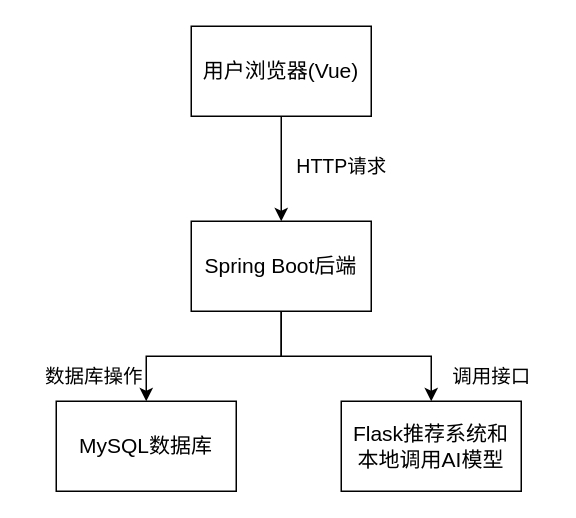
The draw.io diagram page "系统架构图" (16 of 18) of main.drawio in bzerozero7/test, before the edit. Source tidied: cells renumbered, new cells numbered last; positions are measured from the earlier drawing's top-left corner, leaving out a move shared by most shapes. Both pictures are drawn from the tidied source at 150%, with x=0, y=0 at pixel (26, 26).
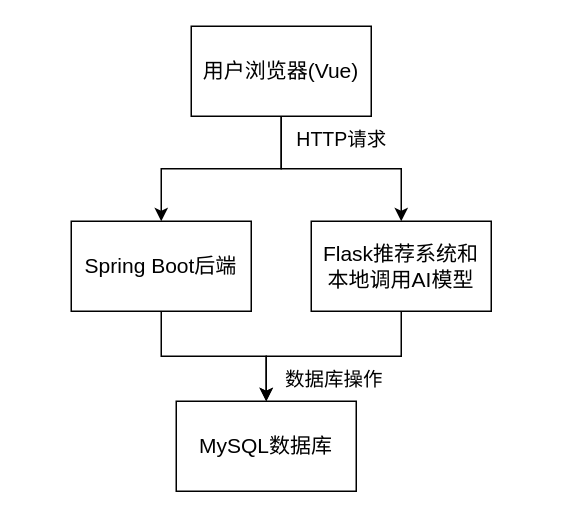
Above is the later version.

Change to the diagram source:
```diff
@@
 <mxGraphModel>
   <root>
     <mxCell id="0" />
     <mxCell id="1" parent="0" />
     <mxCell id="2" style="edgeStyle=orthogonalEdgeStyle;rounded=0;jettySize=auto;html=1;exitX=0.5;exitY=1;exitDx=0;exitDy=0;entryX=0.5;entryY=0;entryDx=0;entryDy=0;" parent="1" edge="1" source="3" target="6">
       <mxGeometry relative="1" as="geometry" />
     </mxCell>
     <mxCell id="3" value="&lt;font style=&quot;font-size: 14px;&quot;&gt;用户浏览器(Vue)&lt;/font&gt;" style="rounded=0;whiteSpace=wrap;html=1;" parent="1" vertex="1">
       <mxGeometry x="110" width="120" height="60" as="geometry" />
     </mxCell>
     <mxCell id="4" style="edgeStyle=orthogonalEdgeStyle;rounded=0;jettySize=auto;html=1;exitX=0.5;exitY=1;exitDx=0;exitDy=0;entryX=0.5;entryY=0;entryDx=0;entryDy=0;" parent="1" edge="1" source="6" target="7">
       <mxGeometry relative="1" as="geometry" />
     </mxCell>
-    <mxCell id="5" style="edgeStyle=orthogonalEdgeStyle;rounded=0;jettySize=auto;html=1;exitX=0.5;exitY=1;exitDx=0;exitDy=0;entryX=0.5;entryY=0;entryDx=0;entryDy=0;" parent="1" edge="1" source="6" target="8">
+    <mxCell id="5" style="edgeStyle=orthogonalEdgeStyle;rounded=0;jettySize=auto;html=1;entryX=0.5;entryY=0;entryDx=0;entryDy=0;exitX=0.5;exitY=1;exitDx=0;exitDy=0;" parent="1" edge="1" source="3" target="8">
       <mxGeometry relative="1" as="geometry" />
     </mxCell>
     <mxCell id="6" value="&lt;font style=&quot;font-size: 14px;&quot;&gt;Spring Boot后端&lt;/font&gt;" style="rounded=0;whiteSpace=wrap;html=1;" parent="1" vertex="1">
-      <mxGeometry x="110" y="130" width="120" height="60" as="geometry" />
+      <mxGeometry x="30" y="130" width="120" height="60" as="geometry" />
     </mxCell>
     <mxCell id="7" value="&lt;font style=&quot;font-size: 14px;&quot;&gt;MySQL数据库&lt;/font&gt;" style="rounded=0;whiteSpace=wrap;html=1;" parent="1" vertex="1">
-      <mxGeometry x="20" y="250" width="120" height="60" as="geometry" />
+      <mxGeometry x="100" y="250" width="120" height="60" as="geometry" />
     </mxCell>
+    <mxCell id="12" style="edgeStyle=orthogonalEdgeStyle;rounded=0;jettySize=auto;html=1;exitX=0.5;exitY=1;exitDx=0;exitDy=0;entryX=0.5;entryY=0;entryDx=0;entryDy=0;" parent="1" edge="1" source="8" target="7">
+      <mxGeometry relative="1" as="geometry" />
+    </mxCell>
     <mxCell id="8" value="&lt;font style=&quot;font-size: 14px;&quot;&gt;Flask推荐系统和&lt;/font&gt;&lt;div&gt;&lt;font style=&quot;font-size: 14px;&quot;&gt;本地调用AI模型&lt;/font&gt;&lt;/div&gt;" style="rounded=0;whiteSpace=wrap;html=1;" parent="1" vertex="1">
-      <mxGeometry x="210" y="250" width="120" height="60" as="geometry" />
+      <mxGeometry x="190" y="130" width="120" height="60" as="geometry" />
     </mxCell>
+    <mxCell id="11" value="&lt;font style=&quot;font-size: 13px;&quot;&gt;HTTP请求&lt;/font&gt;" style="text;html=1;align=center;verticalAlign=middle;strokeColor=none;fillColor=none;" parent="1" vertex="1">
+      <mxGeometry x="170" y="60" width="80" height="30" as="geometry" />
+    </mxCell>
     <mxCell id="9" value="&lt;font style=&quot;font-size: 13px;&quot;&gt;数据库操作&lt;/font&gt;" style="text;html=1;align=center;verticalAlign=middle;strokeColor=none;fillColor=none;" parent="1" vertex="1">
-      <mxGeometry y="218" width="90" height="30" as="geometry" />
+      <mxGeometry x="160" y="220" width="90" height="30" as="geometry" />
     </mxCell>
-    <mxCell id="10" value="&lt;font style=&quot;font-size: 13px;&quot;&gt;调用接口&lt;/font&gt;" style="text;html=1;align=center;verticalAlign=middle;strokeColor=none;fillColor=none;" parent="1" vertex="1">
-      <mxGeometry x="270" y="218" width="80" height="30" as="geometry" />
-    </mxCell>
-    <mxCell id="11" value="&lt;font style=&quot;font-size: 13px;&quot;&gt;HTTP请求&lt;/font&gt;" style="text;html=1;align=center;verticalAlign=middle;strokeColor=none;fillColor=none;" parent="1" vertex="1">
-      <mxGeometry x="170" y="78" width="80" height="30" as="geometry" />
-    </mxCell>
   </root>
 </mxGraphModel>
```
